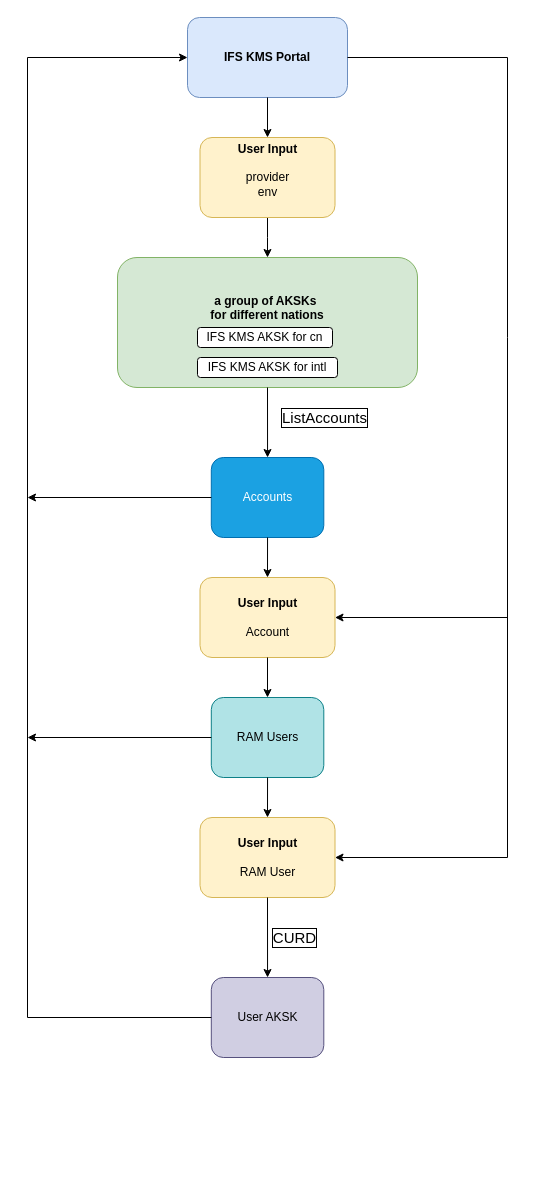
Above: aksk-for-ifs-kms.drawio in YanshanSong/draw.io (draw.io), before the change. Source tidied: cells renumbered, new cells numbered last; positions are measured from the earlier drawing's top-left corner, leaving out a move shared by most shapes. Both pictures are drawn from the tidied source at 100%, with x=0, y=0 at pixel (27, 17).
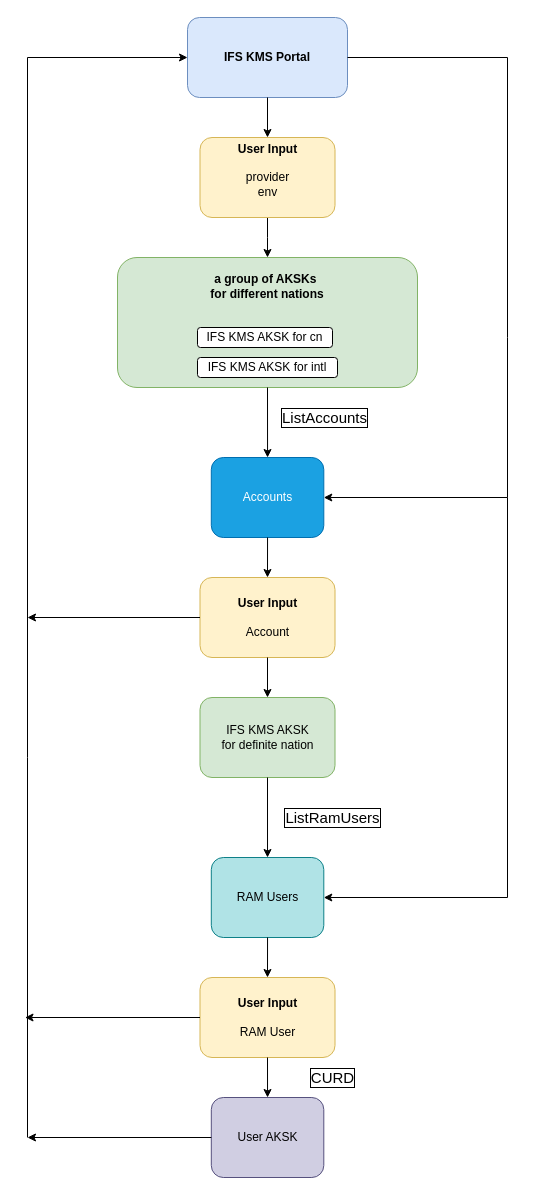
The same diagram, later.

The change refers to these unchanged cells:
```xml
<mxCell id="2" value="&lt;div&gt;&lt;br&gt;&lt;/div&gt;&lt;b&gt;IFS KMS Portal&lt;/b&gt;&lt;div&gt;&lt;br&gt;&lt;/div&gt;" style="rounded=1;whiteSpace=wrap;html=1;fillColor=#dae8fc;strokeColor=#6c8ebf;" parent="1" vertex="1">
  <mxGeometry x="160" width="160" height="80" as="geometry" />
</mxCell>
<mxCell id="7" value="Accounts" style="rounded=1;whiteSpace=wrap;html=1;fillColor=#1ba1e2;fontColor=#ffffff;strokeColor=#006EAF;" parent="1" vertex="1">
  <mxGeometry x="183.8" y="440" width="112.5" height="80" as="geometry" />
</mxCell>
<mxCell id="10" value="&lt;div&gt;&lt;span style=&quot;background-color: initial;&quot;&gt;&lt;br&gt;&lt;/span&gt;&lt;/div&gt;&lt;div&gt;&lt;span style=&quot;background-color: initial;&quot;&gt;&lt;br&gt;&lt;/span&gt;&lt;/div&gt;&lt;div&gt;&lt;span style=&quot;background-color: initial;&quot;&gt;&lt;b&gt;User Input&lt;/b&gt;&lt;/span&gt;&lt;br&gt;&lt;/div&gt;&lt;div&gt;&lt;span style=&quot;background-color: initial;&quot;&gt;&lt;br&gt;&lt;/span&gt;&lt;/div&gt;&lt;div&gt;Account&lt;/div&gt;&lt;div&gt;&lt;div&gt;&lt;br&gt;&lt;/div&gt;&lt;div&gt;&lt;br&gt;&lt;/div&gt;&lt;/div&gt;" style="rounded=1;whiteSpace=wrap;html=1;fillColor=#fff2cc;strokeColor=#d6b656;" parent="1" vertex="1">
  <mxGeometry x="172.5" y="560" width="135" height="80" as="geometry" />
</mxCell>
```

The edit, as a diff of the source:
```diff
@@
-    <mxCell id="6" value="&lt;b&gt;a group of AKSKs&amp;nbsp;&lt;/b&gt;&lt;div&gt;&lt;b&gt;for different nations&lt;br&gt;&lt;/b&gt;&lt;div&gt;&lt;br&gt;&lt;/div&gt;&lt;div&gt;&lt;br&gt;&lt;/div&gt;&lt;/div&gt;" style="rounded=1;whiteSpace=wrap;html=1;fillColor=#d5e8d4;strokeColor=#82b366;" parent="1" vertex="1">
+    <mxCell id="6" value="&lt;b&gt;a group of AKSKs&amp;nbsp;&lt;/b&gt;&lt;div&gt;&lt;b&gt;for different nations&lt;/b&gt;&lt;/div&gt;&lt;div&gt;&lt;br&gt;&lt;/div&gt;&lt;div&gt;&lt;br&gt;&lt;/div&gt;&lt;div&gt;&lt;br&gt;&lt;/div&gt;&lt;div&gt;&lt;div&gt;&lt;br&gt;&lt;/div&gt;&lt;div&gt;&lt;br&gt;&lt;/div&gt;&lt;/div&gt;" style="rounded=1;whiteSpace=wrap;html=1;fillColor=#d5e8d4;strokeColor=#82b366;" parent="1" vertex="1">
       <mxGeometry x="90" y="240" width="300" height="130" as="geometry" />
     </mxCell>
@@
-    <mxCell id="11" style="endArrow=classic;html=1;rounded=0;exitX=1;exitY=0.5;exitDx=0;exitDy=0;entryX=1;entryY=0.5;entryDx=0;entryDy=0;" parent="1" edge="1" source="2" target="10">
+    <mxCell id="11" style="endArrow=classic;html=1;rounded=0;exitX=1;exitY=0.5;exitDx=0;exitDy=0;entryX=1;entryY=0.5;entryDx=0;entryDy=0;" parent="1" edge="1" source="2" target="7">
       <mxGeometry relative="1" as="geometry">
         <Array as="points">
           <mxPoint x="480" y="40" />
           <mxPoint x="480" y="320" />
-          <mxPoint x="480" y="600" />
+          <mxPoint x="480" y="480" />
         </Array>
       </mxGeometry>
     </mxCell>
@@
     <mxCell id="14" value="RAM Users" style="rounded=1;whiteSpace=wrap;html=1;fillColor=#b0e3e6;strokeColor=#0e8088;" parent="1" vertex="1">
-      <mxGeometry x="183.8" y="680" width="112.5" height="80" as="geometry" />
+      <mxGeometry x="183.8" y="840" width="112.5" height="80" as="geometry" />
     </mxCell>
     <mxCell id="15" value="&lt;div&gt;&lt;span style=&quot;background-color: initial;&quot;&gt;&lt;br&gt;&lt;/span&gt;&lt;/div&gt;&lt;div&gt;&lt;span style=&quot;background-color: initial;&quot;&gt;&lt;br&gt;&lt;/span&gt;&lt;/div&gt;&lt;div&gt;&lt;span style=&quot;background-color: initial;&quot;&gt;&lt;b&gt;User Input&lt;/b&gt;&lt;/span&gt;&lt;br&gt;&lt;/div&gt;&lt;div&gt;&lt;span style=&quot;background-color: initial;&quot;&gt;&lt;br&gt;&lt;/span&gt;&lt;/div&gt;&lt;div&gt;RAM User&lt;/div&gt;&lt;div&gt;&lt;div&gt;&lt;br&gt;&lt;/div&gt;&lt;div&gt;&lt;br&gt;&lt;/div&gt;&lt;/div&gt;" style="rounded=1;whiteSpace=wrap;html=1;fillColor=#fff2cc;strokeColor=#d6b656;" parent="1" vertex="1">
-      <mxGeometry x="172.5" y="800" width="135" height="80" as="geometry" />
+      <mxGeometry x="172.5" y="960" width="135" height="80" as="geometry" />
     </mxCell>
@@
-    <mxCell id="18" style="endArrow=classic;html=1;rounded=0;entryX=1;entryY=0.5;entryDx=0;entryDy=0;" parent="1" edge="1" target="15">
-      <mxGeometry relative="1" as="geometry">
-        <mxPoint x="480" y="560" as="sourcePoint" />
-        <Array as="points">
-          <mxPoint x="480" y="840" />
-        </Array>
-      </mxGeometry>
-    </mxCell>
     <mxCell id="19" value="User AKSK" style="rounded=1;whiteSpace=wrap;html=1;fillColor=#d0cee2;strokeColor=#56517e;" parent="1" vertex="1">
-      <mxGeometry x="183.8" y="960" width="112.5" height="80" as="geometry" />
+      <mxGeometry x="183.8" y="1080" width="112.5" height="80" as="geometry" />
     </mxCell>
     <mxCell id="20" value="&lt;font style=&quot;font-size: 15px;&quot;&gt;CURD&lt;/font&gt;" style="text;html=1;align=center;verticalAlign=middle;whiteSpace=wrap;rounded=0;labelBorderColor=default;" parent="1" vertex="1">
-      <mxGeometry x="200" y="900" width="135" height="40" as="geometry" />
+      <mxGeometry x="238" y="1040" width="135" height="40" as="geometry" />
     </mxCell>
-    <mxCell id="21" style="endArrow=classic;html=1;rounded=0;exitX=0;exitY=0.5;exitDx=0;exitDy=0;entryX=0;entryY=0.5;entryDx=0;entryDy=0;" parent="1" edge="1" source="19" target="2">
+    <mxCell id="21" style="endArrow=classic;html=1;rounded=0;entryX=0;entryY=0.5;entryDx=0;entryDy=0;" parent="1" edge="1" target="2">
       <mxGeometry relative="1" as="geometry">
+        <mxPoint y="1120" as="sourcePoint" />
         <Array as="points">
-          <mxPoint y="1000" />
+          <mxPoint y="1120" />
+          <mxPoint y="740" />
           <mxPoint y="40" />
         </Array>
       </mxGeometry>
     </mxCell>
-    <mxCell id="22" style="endArrow=classic;html=1;rounded=0;exitX=0;exitY=0.5;exitDx=0;exitDy=0;" parent="1" edge="1" source="7">
+    <mxCell id="22" style="endArrow=classic;html=1;rounded=0;exitX=0;exitY=0.5;exitDx=0;exitDy=0;" parent="1" edge="1" source="10">
       <mxGeometry relative="1" as="geometry">
-        <mxPoint y="480" as="targetPoint" />
+        <mxPoint y="600" as="targetPoint" />
       </mxGeometry>
     </mxCell>
-    <mxCell id="23" style="endArrow=classic;html=1;rounded=0;exitX=0;exitY=0.5;exitDx=0;exitDy=0;" parent="1" edge="1" source="14">
+    <mxCell id="23" style="endArrow=classic;html=1;rounded=0;exitX=0;exitY=0.5;exitDx=0;exitDy=0;" parent="1" edge="1" source="15">
       <mxGeometry relative="1" as="geometry">
-        <mxPoint y="720" as="targetPoint" />
+        <mxPoint x="-2.5" y="1000" as="targetPoint" />
       </mxGeometry>
     </mxCell>
@@
+    <mxCell id="26" value="&lt;div&gt;&lt;span style=&quot;background-color: initial;&quot;&gt;&lt;br&gt;&lt;/span&gt;&lt;/div&gt;&lt;div&gt;&lt;br&gt;&lt;/div&gt;&lt;div&gt;IFS KMS AKSK&lt;/div&gt;&lt;div&gt;for definite nation&lt;/div&gt;&lt;div&gt;&lt;div&gt;&lt;br&gt;&lt;/div&gt;&lt;div&gt;&lt;br&gt;&lt;/div&gt;&lt;/div&gt;" style="rounded=1;whiteSpace=wrap;html=1;fillColor=#d5e8d4;strokeColor=#82b366;" parent="1" vertex="1">
+      <mxGeometry x="172.5" y="680" width="135" height="80" as="geometry" />
+    </mxCell>
+    <mxCell id="27" style="endArrow=classic;html=1;rounded=0;exitX=0.5;exitY=1;exitDx=0;exitDy=0;" parent="1" edge="1" source="26" target="14">
+      <mxGeometry relative="1" as="geometry" />
+    </mxCell>
+    <mxCell id="28" style="endArrow=classic;html=1;rounded=0;entryX=1;entryY=0.5;entryDx=0;entryDy=0;" parent="1" edge="1" target="14">
+      <mxGeometry relative="1" as="geometry">
+        <mxPoint x="480" y="480" as="sourcePoint" />
+        <Array as="points">
+          <mxPoint x="480" y="880" />
+        </Array>
+      </mxGeometry>
+    </mxCell>
+    <mxCell id="29" style="endArrow=classic;html=1;rounded=0;exitX=0;exitY=0.5;exitDx=0;exitDy=0;" parent="1" edge="1" source="19">
+      <mxGeometry relative="1" as="geometry">
+        <mxPoint y="1120" as="targetPoint" />
+      </mxGeometry>
+    </mxCell>
+    <mxCell id="30" value="&lt;font style=&quot;font-size: 15px;&quot;&gt;ListRamUsers&lt;/font&gt;" style="text;html=1;align=center;verticalAlign=middle;whiteSpace=wrap;rounded=0;labelBorderColor=default;" parent="1" vertex="1">
+      <mxGeometry x="238" y="780" width="135" height="40" as="geometry" />
+    </mxCell>
```
